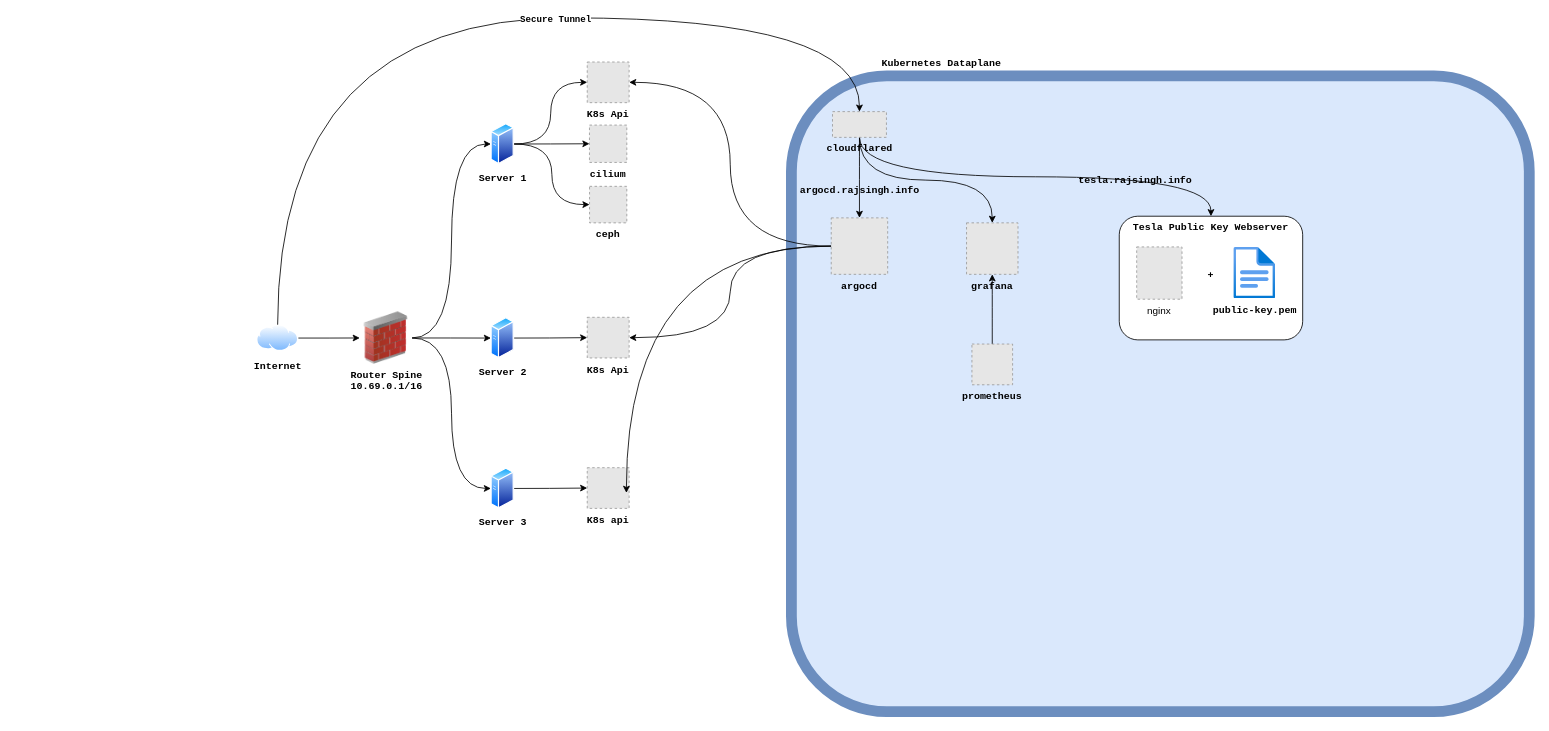
Before: page "Tesla Infrastructure" (2 of 3) of Untitled Diagram.drawio in rajsinghtech/fleet-telemetry-consumer, a draw.io diagram. Source tidied: cells renumbered, new cells numbered last; positions are measured from the earlier drawing's top-left corner, leaving out a move shared by most shapes. Both pictures are drawn from the tidied source at 83%, with x=0, y=0 at pixel (256, 17). Pictures stored in the file or linked from it are replaced by grey dashed boxes.
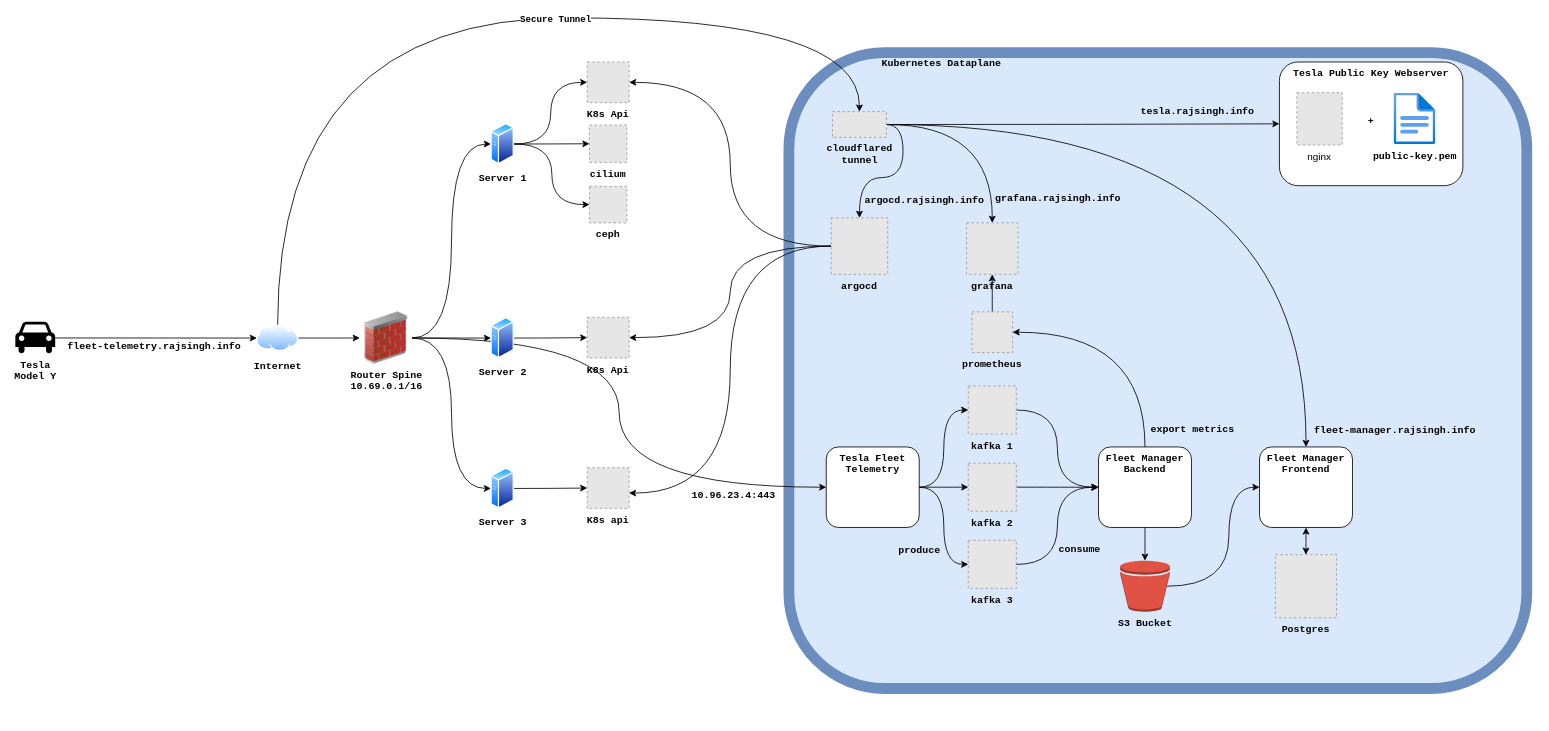
After the change.

The change refers to these unchanged cells:
```xml
<mxCell id="7" value="&lt;span id=&quot;docs-internal-guid-129c1558-7fff-5c4c-1586-b6c74b162c59&quot;&gt;&lt;p dir=&quot;ltr&quot; style=&quot;line-height:1.2;margin-top:0pt;margin-bottom:0pt;&quot;&gt;&lt;span style=&quot;font-size: 9pt; font-variant-numeric: normal; font-variant-east-asian: normal; font-variant-alternates: normal; font-variant-position: normal; vertical-align: baseline; white-space: pre-wrap;&quot;&gt;Router Spine&lt;/span&gt;&lt;span style=&quot;font-size: 9pt; font-variant-numeric: normal; font-variant-east-asian: normal; font-variant-alternates: normal; font-variant-position: normal; vertical-align: baseline; white-space: pre-wrap;&quot;&gt;&lt;br&gt;&lt;/span&gt;&lt;span style=&quot;font-size: 9pt; font-variant-numeric: normal; font-variant-east-asian: normal; font-variant-alternates: normal; font-variant-position: normal; vertical-align: baseline; white-space: pre-wrap;&quot;&gt;10.69.0.1/16&lt;/span&gt;&lt;/p&gt;&lt;div&gt;&lt;span style=&quot;font-size: 9pt; font-variant-numeric: normal; font-variant-east-asian: normal; font-variant-alternates: normal; font-variant-position: normal; vertical-align: baseline; white-space: pre-wrap;&quot;&gt;&lt;br&gt;&lt;/span&gt;&lt;/div&gt;&lt;/span&gt;" style="image;html=1;image=img/lib/clip_art/networking/Firewall_02_128x128.png;labelBackgroundColor=none;fontFamily=Courier New;fontStyle=1;fontColor=#000000;" parent="1" vertex="1">
  <mxGeometry x="124" y="354.2" width="63" height="63" as="geometry" />
</mxCell>
<mxCell id="11" value="&lt;span id=&quot;docs-internal-guid-129c1558-7fff-5c4c-1586-b6c74b162c59&quot; style=&quot;white-space: pre-wrap;&quot;&gt;&lt;p dir=&quot;ltr&quot; style=&quot;line-height:1.2;margin-top:0pt;margin-bottom:0pt;&quot;&gt;&lt;font face=&quot;Courier New, monospace&quot;&gt;Internet&lt;/font&gt;&lt;/p&gt;&lt;/span&gt;" style="image;perimeter=ellipsePerimeter;html=1;align=center;shadow=0;dashed=0;spacingTop=3;image=img/lib/active_directory/internet_cloud.svg;labelBackgroundColor=none;fontStyle=1;fontColor=#000000;" parent="1" vertex="1">
  <mxGeometry y="370" width="50" height="31.5" as="geometry" />
</mxCell>
<mxCell id="21" value="K8s api" style="fillColor=#E6E6E6;strokeColor=#999999;dashed=1;verticalLabelPosition=bottom;labelBackgroundColor=none;verticalAlign=top;fontFamily=Courier New;fontStyle=1;fontColor=#000000;" parent="1" vertex="1">
  <mxGeometry x="398" y="542" width="50.5" height="49" as="geometry" />
</mxCell>
<mxCell id="32" value="grafana" style="fillColor=#E6E6E6;strokeColor=#999999;dashed=1;verticalLabelPosition=bottom;labelBackgroundColor=none;verticalAlign=top;fontFamily=Courier New;fontStyle=1;fontColor=#000000;" parent="1" vertex="1">
  <mxGeometry x="855" y="247" width="62" height="62" as="geometry" />
</mxCell>
<mxCell id="37" value="argocd" style="fillColor=#E6E6E6;strokeColor=#999999;dashed=1;verticalLabelPosition=bottom;labelBackgroundColor=none;verticalAlign=top;fontFamily=Courier New;fontStyle=1;" parent="1" vertex="1">
  <mxGeometry x="692" y="241" width="68" height="68" as="geometry" />
</mxCell>
<mxCell id="39" value="Tesla Public Key Webserver&lt;br&gt;&lt;br&gt;&lt;br&gt;&lt;br&gt;+" style="rounded=1;whiteSpace=wrap;html=1;strokeColor=default;align=center;verticalAlign=top;fontFamily=Courier New;fontSize=12;fontColor=#000000;fontStyle=1;labelBackgroundColor=none;fillColor=default;" parent="38" vertex="1">
  <mxGeometry width="221" height="149" as="geometry" />
</mxCell>
```

The edit, as a diff of the source:
```diff
@@
     <mxCell id="2" style="rounded=1;whiteSpace=wrap;html=1;fillColor=#dae8fc;strokeColor=#6c8ebf;strokeWidth=13;align=left;labelBackgroundColor=none;fontFamily=Courier New;fontStyle=1;fontColor=#000000;" parent="1" vertex="1">
-      <mxGeometry x="644" y="70" width="889" height="766" as="geometry" />
+      <mxGeometry x="641" y="42" width="889" height="766" as="geometry" />
     </mxCell>
@@
+    <mxCell id="42" style="edgeStyle=orthogonalEdgeStyle;curved=1;rounded=0;jettySize=auto;html=1;exitX=1;exitY=0.5;exitDx=0;exitDy=0;entryX=0;entryY=0.5;entryDx=0;entryDy=0;fontFamily=Courier New;fontSize=12;fontColor=#000000;fontStyle=1;labelBackgroundColor=none;" parent="1" edge="1" source="7" target="52">
+      <mxGeometry relative="1" as="geometry" />
+    </mxCell>
+    <mxCell id="43" value="10.96.23.4:443" style="edgeLabel;html=1;align=center;verticalAlign=middle;strokeColor=default;fontFamily=Courier New;fontSize=12;fontColor=#000000;fontStyle=1;labelBackgroundColor=none;fillColor=default;" parent="42" vertex="1">
+      <mxGeometry x="0.72" y="2" relative="1" as="geometry">
+        <mxPoint x="-18" y="12" as="offset" />
+      </mxGeometry>
+    </mxCell>
@@
     <mxCell id="25" value="prometheus" style="fillColor=#E6E6E6;strokeColor=#999999;dashed=1;verticalLabelPosition=bottom;labelBackgroundColor=none;verticalAlign=top;fontFamily=Courier New;fontStyle=1;fontColor=#000000;" parent="1" vertex="1">
-      <mxGeometry x="861.5" y="393" width="49" height="49.1" as="geometry" />
+      <mxGeometry x="861.5" y="354.2" width="49" height="49.1" as="geometry" />
     </mxCell>
-    <mxCell id="26" style="edgeStyle=orthogonalEdgeStyle;curved=1;rounded=0;jettySize=auto;html=1;exitX=0.5;exitY=1;exitDx=0;exitDy=0;labelBackgroundColor=none;fontFamily=Courier New;fontStyle=1;fontColor=#000000;" parent="1" edge="1" source="31" target="32">
+    <mxCell id="26" style="edgeStyle=orthogonalEdgeStyle;curved=1;rounded=0;jettySize=auto;html=1;exitX=1;exitY=0.5;exitDx=0;exitDy=0;labelBackgroundColor=none;fontFamily=Courier New;fontStyle=1;fontColor=#000000;" parent="1" edge="1" source="31" target="32">
       <mxGeometry relative="1" as="geometry" />
     </mxCell>
+    <mxCell id="44" value="grafana.rajsingh.info" style="edgeLabel;html=1;align=center;verticalAlign=middle;strokeColor=default;fontFamily=Courier New;fontSize=12;fontColor=#000000;fontStyle=1;labelBackgroundColor=none;fillColor=default;" parent="26" vertex="1">
+      <mxGeometry x="0.8" relative="1" as="geometry">
+        <mxPoint x="78" y="-5" as="offset" />
+      </mxGeometry>
+    </mxCell>
-    <mxCell id="27" style="edgeStyle=orthogonalEdgeStyle;curved=1;rounded=0;jettySize=auto;html=1;exitX=0.5;exitY=1;exitDx=0;exitDy=0;fontFamily=Courier New;fontSize=12;fontColor=#000000;fontStyle=1;labelBackgroundColor=none;" parent="1" edge="1" source="31" target="37">
+    <mxCell id="27" style="edgeStyle=orthogonalEdgeStyle;curved=1;rounded=0;jettySize=auto;html=1;exitX=1;exitY=0.5;exitDx=0;exitDy=0;fontFamily=Courier New;fontSize=12;fontColor=#000000;fontStyle=1;labelBackgroundColor=none;" parent="1" edge="1" source="31" target="37">
       <mxGeometry relative="1" as="geometry" />
     </mxCell>
     <mxCell id="28" value="argocd.rajsingh.info" style="edgeLabel;html=1;align=center;verticalAlign=middle;strokeColor=default;fontFamily=Courier New;fontSize=12;fontColor=#000000;fontStyle=1;labelBackgroundColor=none;fillColor=default;" parent="27" vertex="1">
-      <mxGeometry x="0.32" y="-1" relative="1" as="geometry" />
+      <mxGeometry x="0.32" y="-1" relative="1" as="geometry">
+        <mxPoint x="63" y="28" as="offset" />
+      </mxGeometry>
     </mxCell>
-    <mxCell id="29" style="edgeStyle=orthogonalEdgeStyle;curved=1;rounded=0;jettySize=auto;html=1;exitX=0.5;exitY=1;exitDx=0;exitDy=0;fontFamily=Courier New;fontSize=12;fontColor=#000000;fontStyle=1;labelBackgroundColor=none;" parent="1" edge="1" source="31" target="39">
+    <mxCell id="29" style="edgeStyle=orthogonalEdgeStyle;curved=1;rounded=0;jettySize=auto;html=1;exitX=1;exitY=0.5;exitDx=0;exitDy=0;fontFamily=Courier New;fontSize=12;fontColor=#000000;fontStyle=1;labelBackgroundColor=none;entryX=0;entryY=0.5;entryDx=0;entryDy=0;" parent="1" edge="1" source="31" target="39">
       <mxGeometry relative="1" as="geometry" />
     </mxCell>
     <mxCell id="30" value="tesla.rajsingh.info" style="edgeLabel;html=1;align=center;verticalAlign=middle;strokeColor=default;fontFamily=Courier New;fontSize=12;fontColor=#000000;fontStyle=1;labelBackgroundColor=none;fillColor=default;" parent="29" vertex="1">
-      <mxGeometry x="0.46" y="-5" relative="1" as="geometry" />
+      <mxGeometry x="0.46" y="-5" relative="1" as="geometry">
+        <mxPoint x="29" y="-20" as="offset" />
+      </mxGeometry>
     </mxCell>
+    <mxCell id="45" style="edgeStyle=orthogonalEdgeStyle;curved=1;rounded=0;jettySize=auto;html=1;fontFamily=Courier New;fontSize=12;fontColor=#000000;fontStyle=1;labelBackgroundColor=none;entryX=0.5;entryY=0;entryDx=0;entryDy=0;" parent="1" edge="1" source="31" target="67">
+      <mxGeometry relative="1" as="geometry" />
+    </mxCell>
-    <mxCell id="31" value="cloudflared" style="fillColor=#E6E6E6;strokeColor=#999999;dashed=1;verticalLabelPosition=bottom;labelBackgroundColor=none;verticalAlign=top;whiteSpace=wrap;fontFamily=Courier New;fontStyle=1;fontColor=#000000;" parent="1" vertex="1">
+    <mxCell id="31" value="cloudflared tunnel&#10;" style="fillColor=#E6E6E6;strokeColor=#999999;dashed=1;verticalLabelPosition=bottom;labelBackgroundColor=none;verticalAlign=top;whiteSpace=wrap;fontFamily=Courier New;fontStyle=1;fontColor=#000000;" parent="1" vertex="1">
       <mxGeometry x="693.5" y="113" width="65" height="31" as="geometry" />
     </mxCell>
@@
-    <mxCell id="36" style="edgeStyle=orthogonalEdgeStyle;curved=1;rounded=0;jettySize=auto;html=1;fontFamily=Courier New;fontSize=12;fontColor=#000000;fontStyle=1;labelBackgroundColor=none;entryX=0.935;entryY=0.619;entryDx=0;entryDy=0;entryPerimeter=0;" parent="1" edge="1" source="37" target="21">
+    <mxCell id="36" style="edgeStyle=orthogonalEdgeStyle;curved=1;rounded=0;jettySize=auto;html=1;fontFamily=Courier New;fontSize=12;fontColor=#000000;fontStyle=1;labelBackgroundColor=none;entryX=0.997;entryY=0.624;entryDx=0;entryDy=0;entryPerimeter=0;" parent="1" edge="1" source="37" target="21">
       <mxGeometry relative="1" as="geometry" />
     </mxCell>
@@
     <mxCell id="38" style="group;" parent="1" vertex="1">
-      <mxGeometry x="1039" y="239" width="221" height="149" as="geometry" />
+      <mxGeometry x="1232" y="53.2" width="221" height="149" as="geometry" />
     </mxCell>
@@
+    <mxCell id="46" style="edgeStyle=orthogonalEdgeStyle;curved=1;rounded=0;jettySize=auto;html=1;fontFamily=Courier New;fontSize=12;fontColor=#000000;fontStyle=1;labelBackgroundColor=none;" parent="1" edge="1" source="48" target="11">
+      <mxGeometry relative="1" as="geometry" />
+    </mxCell>
+    <mxCell id="47" value="fleet-telemetry.rajsingh.info" style="edgeLabel;html=1;align=center;verticalAlign=middle;strokeColor=default;fontFamily=Courier New;fontSize=12;fontColor=#000000;fontStyle=1;labelBackgroundColor=none;fillColor=default;" parent="46" vertex="1">
+      <mxGeometry x="-0.04" y="1" relative="1" as="geometry">
+        <mxPoint x="1" y="11" as="offset" />
+      </mxGeometry>
+    </mxCell>
+    <mxCell id="48" value="Tesla&lt;div&gt;Model Y&lt;/div&gt;" style="shape=mxgraph.signs.transportation.car_4;html=1;fillColor=#000000;strokeColor=none;verticalLabelPosition=bottom;verticalAlign=top;align=center;fontFamily=Courier New;fontSize=12;fontColor=#000000;fontStyle=1;labelBackgroundColor=none;" parent="1" vertex="1">
+      <mxGeometry x="-291" y="366" width="48" height="39.4" as="geometry" />
+    </mxCell>
+    <mxCell id="49" style="group;" parent="1" vertex="1">
+      <mxGeometry x="686" y="517" width="233.4" height="175.9" as="geometry" />
+    </mxCell>
+    <mxCell id="50" style="edgeStyle=orthogonalEdgeStyle;curved=1;rounded=0;jettySize=auto;html=1;exitX=1;exitY=0.5;exitDx=0;exitDy=0;entryX=0;entryY=0.5;entryDx=0;entryDy=0;fontFamily=Courier New;fontSize=12;fontColor=#000000;fontStyle=1;labelBackgroundColor=none;" parent="49" edge="1" source="52" target="53">
+      <mxGeometry relative="1" as="geometry" />
+    </mxCell>
+    <mxCell id="51" value="produce" style="edgeLabel;html=1;align=center;verticalAlign=middle;strokeColor=default;fontFamily=Courier New;fontSize=12;fontColor=#000000;fontStyle=1;labelBackgroundColor=none;fillColor=default;" parent="50" vertex="1">
+      <mxGeometry x="0.28" y="2" relative="1" as="geometry">
+        <mxPoint x="-32" y="9" as="offset" />
+      </mxGeometry>
+    </mxCell>
+    <mxCell id="52" value="Tesla Fleet Telemetry&lt;br&gt;&lt;br&gt;&lt;div&gt;&lt;br/&gt;&lt;/div&gt;" style="rounded=1;whiteSpace=wrap;html=1;strokeColor=default;align=center;verticalAlign=top;fontFamily=Courier New;fontSize=12;fontColor=#000000;fontStyle=1;labelBackgroundColor=none;fillColor=default;" parent="49" vertex="1">
+      <mxGeometry width="112" height="97" as="geometry" />
+    </mxCell>
+    <mxCell id="53" value="kafka 3" style="fillColor=#E6E6E6;strokeColor=#999999;dashed=1;verticalLabelPosition=bottom;labelBackgroundColor=none;verticalAlign=top;fontFamily=Courier New;fontStyle=1;" parent="49" vertex="1">
+      <mxGeometry x="171.1" y="112.5" width="57.9" height="57.9" as="geometry" />
+    </mxCell>
+    <mxCell id="54" style="edgeStyle=orthogonalEdgeStyle;curved=1;rounded=0;jettySize=auto;html=1;exitX=1;exitY=0.5;exitDx=0;exitDy=0;entryX=0;entryY=0.5;entryDx=0;entryDy=0;fontFamily=Courier New;fontSize=12;fontColor=#000000;fontStyle=1;labelBackgroundColor=none;" parent="1" edge="1" source="55" target="62">
+      <mxGeometry relative="1" as="geometry" />
+    </mxCell>
+    <mxCell id="55" value="kafka 1" style="fillColor=#E6E6E6;strokeColor=#999999;dashed=1;verticalLabelPosition=bottom;labelBackgroundColor=none;verticalAlign=top;fontFamily=Courier New;fontStyle=1;" parent="1" vertex="1">
+      <mxGeometry x="857.1" y="443.5" width="57.9" height="57.9" as="geometry" />
+    </mxCell>
+    <mxCell id="56" style="edgeStyle=orthogonalEdgeStyle;curved=1;rounded=0;jettySize=auto;html=1;exitX=1;exitY=0.5;exitDx=0;exitDy=0;entryX=0;entryY=0.5;entryDx=0;entryDy=0;fontFamily=Courier New;fontSize=12;fontColor=#000000;fontStyle=1;labelBackgroundColor=none;" parent="1" edge="1" source="57" target="62">
+      <mxGeometry relative="1" as="geometry" />
+    </mxCell>
+    <mxCell id="57" value="kafka 2" style="fillColor=#E6E6E6;strokeColor=#999999;dashed=1;verticalLabelPosition=bottom;labelBackgroundColor=none;verticalAlign=top;fontFamily=Courier New;fontStyle=1;" parent="1" vertex="1">
+      <mxGeometry x="857.1" y="536.5" width="57.9" height="57.9" as="geometry" />
+    </mxCell>
+    <mxCell id="58" style="edgeStyle=orthogonalEdgeStyle;curved=1;rounded=0;jettySize=auto;html=1;exitX=1;exitY=0.5;exitDx=0;exitDy=0;entryX=0;entryY=0.5;entryDx=0;entryDy=0;fontFamily=Courier New;fontSize=12;fontColor=#000000;fontStyle=1;labelBackgroundColor=none;" parent="1" edge="1" source="52" target="57">
+      <mxGeometry relative="1" as="geometry" />
+    </mxCell>
+    <mxCell id="59" style="edgeStyle=orthogonalEdgeStyle;curved=1;rounded=0;jettySize=auto;html=1;exitX=1;exitY=0.5;exitDx=0;exitDy=0;entryX=0;entryY=0.5;entryDx=0;entryDy=0;fontFamily=Courier New;fontSize=12;fontColor=#000000;fontStyle=1;labelBackgroundColor=none;" parent="1" edge="1" source="52" target="55">
+      <mxGeometry relative="1" as="geometry" />
+    </mxCell>
+    <mxCell id="60" style="edgeStyle=orthogonalEdgeStyle;curved=1;rounded=0;jettySize=auto;html=1;entryX=1;entryY=0.5;entryDx=0;entryDy=0;fontFamily=Courier New;fontSize=12;fontColor=#000000;fontStyle=1;labelBackgroundColor=none;exitX=0.5;exitY=0;exitDx=0;exitDy=0;" parent="1" edge="1" source="62" target="25">
+      <mxGeometry relative="1" as="geometry" />
+    </mxCell>
+    <mxCell id="61" value="export metrics" style="edgeLabel;html=1;align=center;verticalAlign=middle;strokeColor=default;fontFamily=Courier New;fontSize=12;fontColor=#000000;fontStyle=1;labelBackgroundColor=none;fillColor=default;" parent="60" vertex="1">
+      <mxGeometry x="-0.82" y="4" relative="1" as="geometry">
+        <mxPoint x="60" y="6" as="offset" />
+      </mxGeometry>
+    </mxCell>
+    <mxCell id="62" value="Fleet Manager Backend" style="rounded=1;whiteSpace=wrap;html=1;strokeColor=default;align=center;verticalAlign=top;fontFamily=Courier New;fontSize=12;fontColor=#000000;fontStyle=1;labelBackgroundColor=none;fillColor=default;" parent="1" vertex="1">
+      <mxGeometry x="1014" y="517" width="112" height="97" as="geometry" />
+    </mxCell>
+    <mxCell id="63" style="edgeStyle=orthogonalEdgeStyle;curved=1;rounded=0;jettySize=auto;html=1;entryX=0;entryY=0.5;entryDx=0;entryDy=0;fontFamily=Courier New;fontSize=12;fontColor=#000000;fontStyle=1;labelBackgroundColor=none;" parent="1" edge="1" source="53" target="62">
+      <mxGeometry relative="1" as="geometry" />
+    </mxCell>
+    <mxCell id="64" style="edgeLabel;html=1;align=center;verticalAlign=middle;strokeColor=default;fontFamily=Courier New;fontSize=12;fontColor=#000000;fontStyle=1;labelBackgroundColor=none;fillColor=default;" parent="63" vertex="1">
+      <mxGeometry x="-0.11" y="3" relative="1" as="geometry">
+        <mxPoint x="41" y="16" as="offset" />
+      </mxGeometry>
+    </mxCell>
+    <mxCell id="65" value="consume" style="edgeLabel;html=1;align=center;verticalAlign=middle;strokeColor=default;fontFamily=Courier New;fontSize=12;fontColor=#000000;fontStyle=1;labelBackgroundColor=none;fillColor=default;" parent="63" vertex="1">
+      <mxGeometry x="-0.14" y="1" relative="1" as="geometry">
+        <mxPoint x="27" y="15" as="offset" />
+      </mxGeometry>
+    </mxCell>
+    <mxCell id="66" style="edgeStyle=orthogonalEdgeStyle;curved=1;rounded=0;jettySize=auto;html=1;fontFamily=Courier New;fontSize=12;fontColor=#000000;fontStyle=1;labelBackgroundColor=none;startArrow=classic;startFill=1;" parent="1" edge="1" source="67" target="71">
+      <mxGeometry relative="1" as="geometry" />
+    </mxCell>
+    <mxCell id="67" value="Fleet Manager Frontend" style="rounded=1;whiteSpace=wrap;html=1;strokeColor=default;align=center;verticalAlign=top;fontFamily=Courier New;fontSize=12;fontColor=#000000;fontStyle=1;labelBackgroundColor=none;fillColor=default;" parent="1" vertex="1">
+      <mxGeometry x="1208" y="517" width="112" height="97" as="geometry" />
+    </mxCell>
+    <mxCell id="68" value="fleet-manager.rajsingh.info" style="edgeLabel;html=1;align=center;verticalAlign=middle;strokeColor=default;fontFamily=Courier New;fontSize=12;fontColor=#000000;fontStyle=1;labelBackgroundColor=none;fillColor=default;" parent="1" vertex="1">
+      <mxGeometry x="1370" y="497" as="geometry" />
+    </mxCell>
+    <mxCell id="69" value="S3 Bucket" style="outlineConnect=0;dashed=0;verticalLabelPosition=bottom;verticalAlign=top;align=center;html=1;shape=mxgraph.aws3.bucket;fillColor=#E05243;gradientColor=none;strokeColor=default;fontFamily=Courier New;fontSize=12;fontColor=#000000;fontStyle=1;labelBackgroundColor=none;" parent="1" vertex="1">
+      <mxGeometry x="1040" y="654" width="60" height="61.5" as="geometry" />
+    </mxCell>
+    <mxCell id="70" style="edgeStyle=orthogonalEdgeStyle;curved=1;rounded=0;jettySize=auto;html=1;exitX=0.5;exitY=1;exitDx=0;exitDy=0;entryX=0.5;entryY=0;entryDx=0;entryDy=0;entryPerimeter=0;fontFamily=Courier New;fontSize=12;fontColor=#000000;fontStyle=1;labelBackgroundColor=none;" parent="1" edge="1" source="62" target="69">
+      <mxGeometry relative="1" as="geometry" />
+    </mxCell>
+    <mxCell id="71" value="Postgres" style="fillColor=#E6E6E6;strokeColor=#999999;dashed=1;verticalLabelPosition=bottom;labelBackgroundColor=none;verticalAlign=top;fontFamily=Courier New;fontStyle=1;" parent="1" vertex="1">
+      <mxGeometry x="1227.1" y="646.8" width="73.7" height="76" as="geometry" />
+    </mxCell>
+    <mxCell id="72" style="edgeStyle=orthogonalEdgeStyle;curved=1;rounded=0;jettySize=auto;html=1;exitX=0;exitY=0.5;exitDx=0;exitDy=0;entryX=0.94;entryY=0.5;entryDx=0;entryDy=0;entryPerimeter=0;fontFamily=Courier New;fontSize=12;fontColor=#000000;fontStyle=1;labelBackgroundColor=none;startArrow=classic;startFill=1;endArrow=none;endFill=0;" parent="1" edge="1" source="67" target="69">
+      <mxGeometry relative="1" as="geometry">
+        <Array as="points">
+          <mxPoint x="1171" y="566" />
+          <mxPoint x="1171" y="685" />
+        </Array>
+      </mxGeometry>
+    </mxCell>
```
